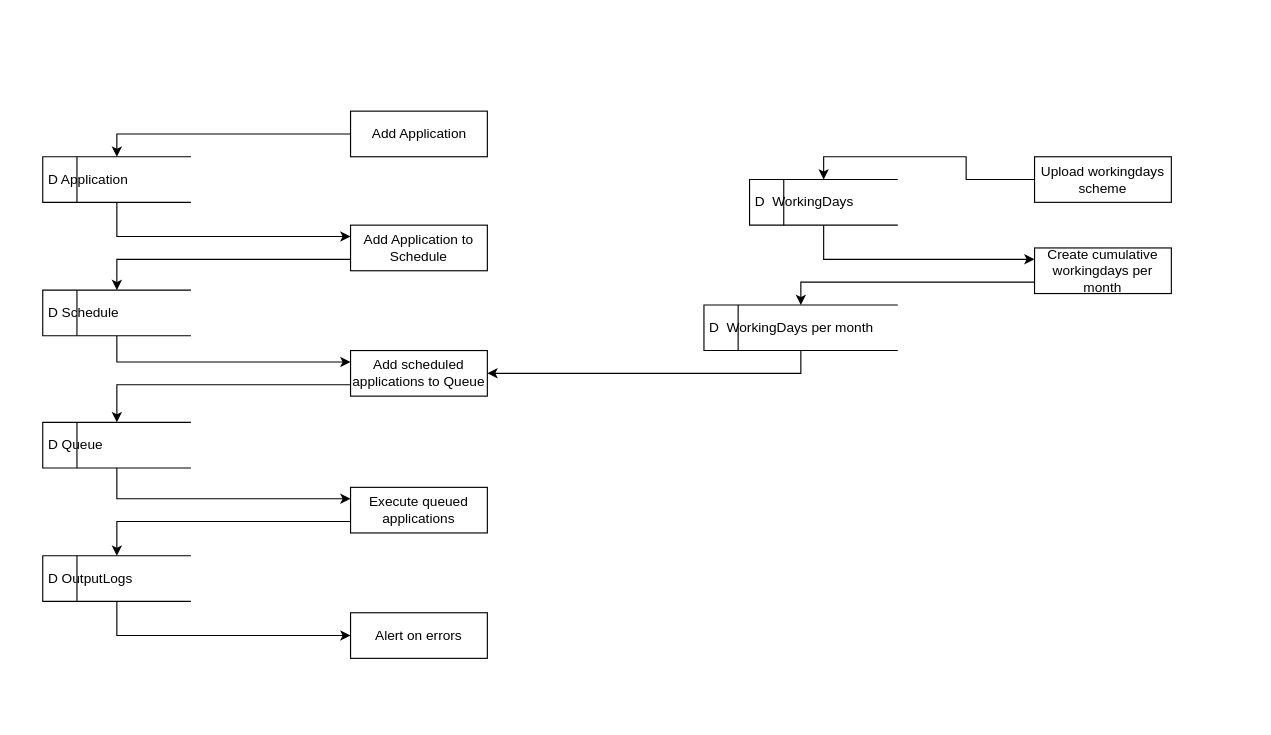
Before: Entities.drawio in huube/WorkingdayScheduler, a draw.io diagram. Source tidied: cells renumbered, new cells numbered last; positions are measured from the earlier drawing's top-left corner, leaving out a move shared by most shapes. Both pictures are drawn from the tidied source at 114%, with x=0, y=0 at pixel (42, 111).
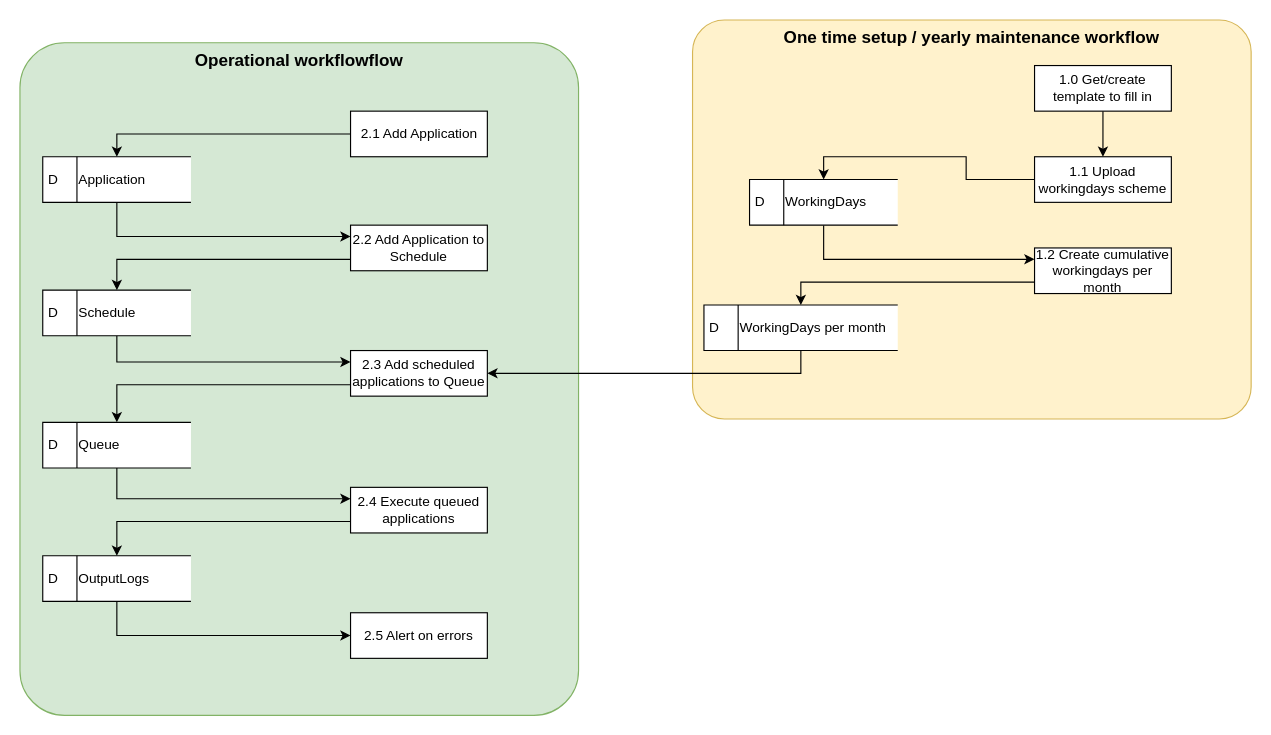
After the change.

Change to the diagram source:
```diff
@@
+    <mxCell id="27" value="Operational workflowflow" style="rounded=1;whiteSpace=wrap;html=1;fillColor=#d5e8d4;strokeColor=#82b366;glass=0;sketch=0;shadow=0;horizontal=1;verticalAlign=top;fontStyle=1;fontSize=15;arcSize=8;" parent="1" vertex="1">
+      <mxGeometry x="-20" y="-60" width="490" height="590" as="geometry" />
+    </mxCell>
+    <mxCell id="28" value="One time setup / yearly maintenance workflow" style="rounded=1;whiteSpace=wrap;html=1;fillColor=#fff2cc;strokeColor=#d6b656;glass=0;sketch=0;shadow=0;horizontal=1;verticalAlign=top;fontStyle=1;fontSize=15;arcSize=8;" parent="1" vertex="1">
+      <mxGeometry x="570" y="-80" width="490" height="350" as="geometry" />
+    </mxCell>
@@
-    <mxCell id="3" value="D&lt;span style=&quot;white-space: pre&quot;&gt; &lt;/span&gt;Application" style="html=1;dashed=0;whitespace=wrap;shape=mxgraph.dfd.dataStoreID;align=left;spacingLeft=3;points=[[0,0],[0.5,0],[1,0],[0,0.5],[1,0.5],[0,1],[0.5,1],[1,1]];" parent="1" vertex="1">
+    <mxCell id="3" value="D&lt;span style=&quot;white-space: pre&quot;&gt;&#9;&lt;/span&gt;Application" style="html=1;dashed=0;whitespace=wrap;shape=mxgraph.dfd.dataStoreID;align=left;spacingLeft=3;points=[[0,0],[0.5,0],[1,0],[0,0.5],[1,0.5],[0,1],[0.5,1],[1,1]];" parent="1" vertex="1">
       <mxGeometry y="40" width="130" height="40" as="geometry" />
     </mxCell>
@@
-    <mxCell id="5" value="D&lt;span style=&quot;white-space: pre&quot;&gt; &lt;/span&gt;Schedule" style="html=1;dashed=0;whitespace=wrap;shape=mxgraph.dfd.dataStoreID;align=left;spacingLeft=3;points=[[0,0],[0.5,0],[1,0],[0,0.5],[1,0.5],[0,1],[0.5,1],[1,1]];" parent="1" vertex="1">
+    <mxCell id="5" value="D&lt;span style=&quot;white-space: pre&quot;&gt;&#9;&lt;/span&gt;Schedule" style="html=1;dashed=0;whitespace=wrap;shape=mxgraph.dfd.dataStoreID;align=left;spacingLeft=3;points=[[0,0],[0.5,0],[1,0],[0,0.5],[1,0.5],[0,1],[0.5,1],[1,1]];" parent="1" vertex="1">
       <mxGeometry y="157" width="130" height="40" as="geometry" />
     </mxCell>
@@
-    <mxCell id="7" value="D&lt;span style=&quot;white-space: pre&quot;&gt; &lt;/span&gt;Queue" style="html=1;dashed=0;whitespace=wrap;shape=mxgraph.dfd.dataStoreID;align=left;spacingLeft=3;points=[[0,0],[0.5,0],[1,0],[0,0.5],[1,0.5],[0,1],[0.5,1],[1,1]];" parent="1" vertex="1">
+    <mxCell id="7" value="D&lt;span style=&quot;white-space: pre&quot;&gt; &lt;span style=&quot;white-space: pre&quot;&gt;&#9;&lt;/span&gt;&lt;/span&gt;Queue" style="html=1;dashed=0;whitespace=wrap;shape=mxgraph.dfd.dataStoreID;align=left;spacingLeft=3;points=[[0,0],[0.5,0],[1,0],[0,0.5],[1,0.5],[0,1],[0.5,1],[1,1]];" parent="1" vertex="1">
       <mxGeometry y="273" width="130" height="40" as="geometry" />
     </mxCell>
@@
-    <mxCell id="9" value="D&lt;span style=&quot;white-space: pre&quot;&gt; &lt;/span&gt;OutputLogs" style="html=1;dashed=0;whitespace=wrap;shape=mxgraph.dfd.dataStoreID;align=left;spacingLeft=3;points=[[0,0],[0.5,0],[1,0],[0,0.5],[1,0.5],[0,1],[0.5,1],[1,1]];" parent="1" vertex="1">
+    <mxCell id="9" value="D&lt;span style=&quot;white-space: pre&quot;&gt;&#9;&lt;/span&gt;OutputLogs" style="html=1;dashed=0;whitespace=wrap;shape=mxgraph.dfd.dataStoreID;align=left;spacingLeft=3;points=[[0,0],[0.5,0],[1,0],[0,0.5],[1,0.5],[0,1],[0.5,1],[1,1]];" parent="1" vertex="1">
       <mxGeometry y="390" width="130" height="40" as="geometry" />
     </mxCell>
@@
-    <mxCell id="11" value="D&lt;span style=&quot;white-space: pre&quot;&gt; &lt;/span&gt;&amp;nbsp;WorkingDays&lt;br&gt;" style="html=1;dashed=0;whitespace=wrap;shape=mxgraph.dfd.dataStoreID;align=left;spacingLeft=3;points=[[0,0],[0.5,0],[1,0],[0,0.5],[1,0.5],[0,1],[0.5,1],[1,1]];" parent="1" vertex="1">
+    <mxCell id="11" value="D&lt;span style=&quot;white-space: pre&quot;&gt; &lt;/span&gt;&amp;nbsp;&lt;span style=&quot;white-space: pre&quot;&gt;&#9;&lt;/span&gt;WorkingDays" style="html=1;dashed=0;whitespace=wrap;shape=mxgraph.dfd.dataStoreID;align=left;spacingLeft=3;points=[[0,0],[0.5,0],[1,0],[0,0.5],[1,0.5],[0,1],[0.5,1],[1,1]];" parent="1" vertex="1">
       <mxGeometry x="620" y="60" width="130" height="40" as="geometry" />
     </mxCell>
@@
-    <mxCell id="13" value="D&lt;span style=&quot;white-space: pre&quot;&gt; &lt;/span&gt;&amp;nbsp;WorkingDays per month" style="html=1;dashed=0;whitespace=wrap;shape=mxgraph.dfd.dataStoreID;align=left;spacingLeft=3;points=[[0,0],[0.5,0],[1,0],[0,0.5],[1,0.5],[0,1],[0.5,1],[1,1]];" parent="1" vertex="1">
+    <mxCell id="13" value="D&lt;span style=&quot;white-space: pre&quot;&gt; &lt;/span&gt;&amp;nbsp;&lt;span style=&quot;white-space: pre&quot;&gt;&#9;&lt;/span&gt;WorkingDays per month" style="html=1;dashed=0;whitespace=wrap;shape=mxgraph.dfd.dataStoreID;align=left;spacingLeft=3;points=[[0,0],[0.5,0],[1,0],[0,0.5],[1,0.5],[0,1],[0.5,1],[1,1]];" parent="1" vertex="1">
       <mxGeometry x="580" y="170" width="170" height="40" as="geometry" />
     </mxCell>
@@
-    <mxCell id="15" value="Add Application" style="html=1;dashed=0;whitespace=wrap;" parent="1" vertex="1">
+    <mxCell id="15" value="2.1 Add Application" style="html=1;dashed=0;whitespace=wrap;" parent="1" vertex="1">
       <mxGeometry x="270" width="120" height="40" as="geometry" />
     </mxCell>
@@
-    <mxCell id="17" value="Add Application to Schedule" style="html=1;dashed=0;whitespace=wrap;verticalAlign=middle;whiteSpace=wrap;" parent="1" vertex="1">
+    <mxCell id="17" value="2.2 Add Application to Schedule" style="html=1;dashed=0;whitespace=wrap;verticalAlign=middle;whiteSpace=wrap;" parent="1" vertex="1">
       <mxGeometry x="270" y="100" width="120" height="40" as="geometry" />
     </mxCell>
@@
-    <mxCell id="19" value="Add scheduled applications to Queue" style="html=1;dashed=0;whitespace=wrap;verticalAlign=middle;whiteSpace=wrap;" parent="1" vertex="1">
+    <mxCell id="19" value="2.3 Add scheduled applications to Queue" style="html=1;dashed=0;whitespace=wrap;verticalAlign=middle;whiteSpace=wrap;" parent="1" vertex="1">
       <mxGeometry x="270" y="210" width="120" height="40" as="geometry" />
     </mxCell>
@@
-    <mxCell id="21" value="Execute queued applications" style="html=1;dashed=0;whitespace=wrap;verticalAlign=middle;whiteSpace=wrap;" parent="1" vertex="1">
+    <mxCell id="21" value="2.4 Execute queued applications" style="html=1;dashed=0;whitespace=wrap;verticalAlign=middle;whiteSpace=wrap;" parent="1" vertex="1">
       <mxGeometry x="270" y="330" width="120" height="40" as="geometry" />
     </mxCell>
@@
-    <mxCell id="23" value="Upload workingdays scheme" style="html=1;dashed=0;whitespace=wrap;verticalAlign=middle;whiteSpace=wrap;" parent="1" vertex="1">
+    <mxCell id="23" value="1.1 Upload workingdays scheme" style="html=1;dashed=0;whitespace=wrap;verticalAlign=middle;whiteSpace=wrap;" parent="1" vertex="1">
       <mxGeometry x="870" y="40" width="120" height="40" as="geometry" />
     </mxCell>
-    <mxCell id="24" value="Alert on errors" style="html=1;dashed=0;whitespace=wrap;verticalAlign=middle;whiteSpace=wrap;" parent="1" vertex="1">
+    <mxCell id="24" value="2.5 Alert on errors" style="html=1;dashed=0;whitespace=wrap;verticalAlign=middle;whiteSpace=wrap;" parent="1" vertex="1">
       <mxGeometry x="270" y="440" width="120" height="40" as="geometry" />
     </mxCell>
@@
-    <mxCell id="26" value="Create cumulative workingdays per month" style="html=1;dashed=0;whitespace=wrap;verticalAlign=middle;whiteSpace=wrap;" parent="1" vertex="1">
+    <mxCell id="26" value="1.2 Create cumulative workingdays per month" style="html=1;dashed=0;whitespace=wrap;verticalAlign=middle;whiteSpace=wrap;" parent="1" vertex="1">
       <mxGeometry x="870" y="120" width="120" height="40" as="geometry" />
     </mxCell>
+    <mxCell id="29" style="edgeStyle=orthogonalEdgeStyle;rounded=0;jettySize=auto;html=1;exitX=0.5;exitY=1;exitDx=0;exitDy=0;entryX=0.5;entryY=0;entryDx=0;entryDy=0;fontSize=15;" parent="1" edge="1" source="30" target="23">
+      <mxGeometry relative="1" as="geometry" />
+    </mxCell>
+    <mxCell id="30" value="1.0 Get/create template to fill in" style="html=1;dashed=0;whitespace=wrap;verticalAlign=middle;whiteSpace=wrap;" parent="1" vertex="1">
+      <mxGeometry x="870" y="-40" width="120" height="40" as="geometry" />
+    </mxCell>
```
